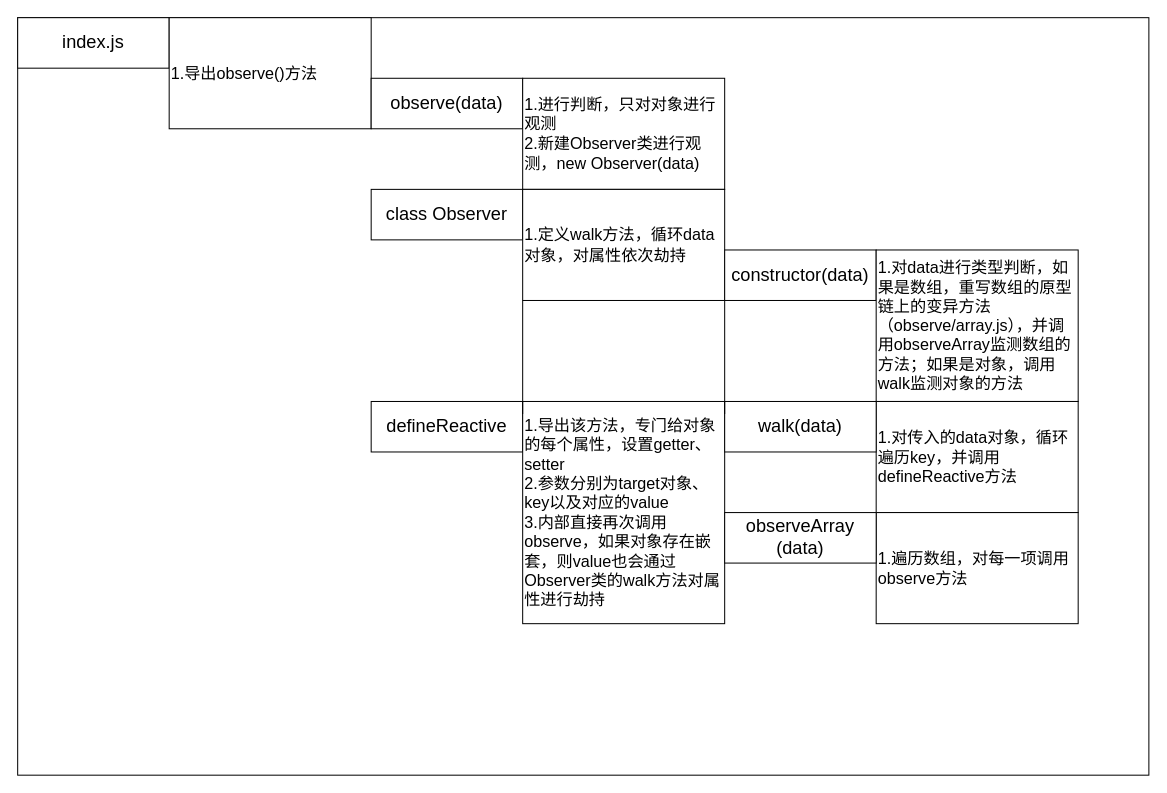
Earlier version of the draw.io diagram page "observe/index.js" (4 of 6) of vue2.drawio (Saiable/drawio). Source tidied: cells renumbered, new cells numbered last; positions are measured from the earlier drawing's top-left corner, leaving out a move shared by most shapes. Both pictures are drawn from the tidied source at 101%, with x=0, y=0 at pixel (17, 17).
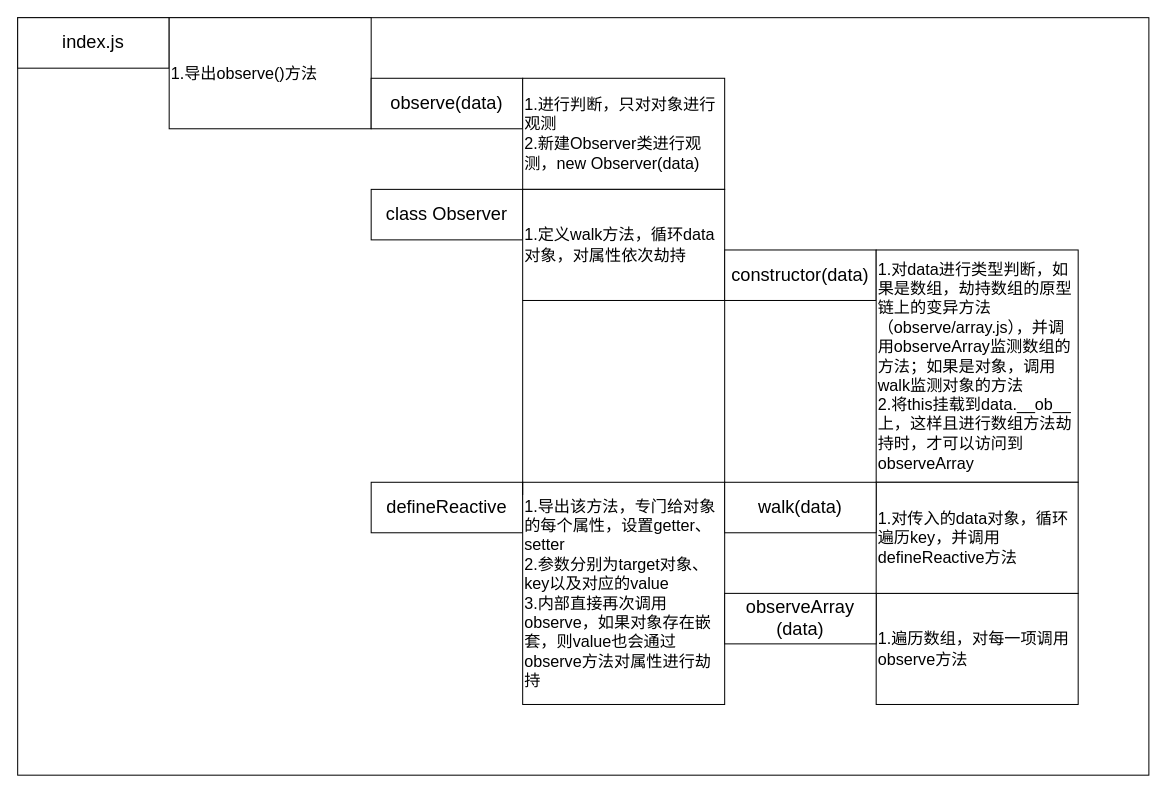
After the change.

Diff of the diagram source:
```diff
@@
     <mxCell id="9" value="&lt;font style=&quot;font-size: 18px;&quot;&gt;defineReactive&lt;/font&gt;" style="rounded=0;whiteSpace=wrap;html=1;strokeColor=default;fontFamily=Helvetica;fontSize=16;fontColor=default;fillColor=default;align=center;" parent="1" vertex="1">
-      <mxGeometry x="350" y="380" width="150" height="50" as="geometry" />
+      <mxGeometry x="350" y="460" width="150" height="50" as="geometry" />
     </mxCell>
-    <mxCell id="10" value="&lt;font style=&quot;border-color: var(--border-color);&quot;&gt;1.导出该方法，专门给对象的每个属性，设置getter、setter&lt;br&gt;2.参数分别为target对象、key以及对应的value&lt;br&gt;3.内部直接再次调用observe，如果对象存在嵌套，则value也会通过Observer类的walk方法对属性进行劫持&lt;br&gt;&lt;/font&gt;" style="rounded=0;whiteSpace=wrap;html=1;strokeColor=default;fontFamily=Helvetica;fontSize=16;fontColor=default;fillColor=default;align=left;" parent="1" vertex="1">
-      <mxGeometry x="500" y="380" width="200" height="220" as="geometry" />
+    <mxCell id="10" value="&lt;font style=&quot;border-color: var(--border-color);&quot;&gt;1.导出该方法，专门给对象的每个属性，设置getter、setter&lt;br&gt;2.参数分别为target对象、key以及对应的value&lt;br&gt;3.内部直接再次调用observe，如果对象存在嵌套，则value也会通过observe方法对属性进行劫持&lt;br&gt;&lt;/font&gt;" style="rounded=0;whiteSpace=wrap;html=1;strokeColor=default;fontFamily=Helvetica;fontSize=16;fontColor=default;fillColor=default;align=left;" parent="1" vertex="1">
+      <mxGeometry x="500" y="460" width="200" height="220" as="geometry" />
     </mxCell>
@@
-    <mxCell id="12" value="&lt;font style=&quot;border-color: var(--border-color);&quot;&gt;1.对data进行类型判断，如果是数组，重写数组的原型链上的变异方法（observe/array.js），并调用observeArray监测数组的方法；如果是对象，调用walk监测对象的方法&lt;br&gt;&lt;/font&gt;" style="rounded=0;whiteSpace=wrap;html=1;strokeColor=default;fontFamily=Helvetica;fontSize=16;fontColor=default;fillColor=default;align=left;" parent="1" vertex="1">
-      <mxGeometry x="850" y="230" width="200" height="150" as="geometry" />
+    <mxCell id="12" value="&lt;font style=&quot;border-color: var(--border-color);&quot;&gt;1.对data进行类型判断，如果是数组，劫持数组的原型链上的变异方法（observe/array.js），并调用observeArray监测数组的方法；如果是对象，调用walk监测对象的方法&lt;br&gt;2.将this挂载到data.__ob__上，这样且进行数组方法劫持时，才可以访问到observeArray&lt;br&gt;&lt;/font&gt;" style="rounded=0;whiteSpace=wrap;html=1;strokeColor=default;fontFamily=Helvetica;fontSize=16;fontColor=default;fillColor=default;align=left;" parent="1" vertex="1">
+      <mxGeometry x="850" y="230" width="200" height="230" as="geometry" />
     </mxCell>
-    <mxCell id="13" value="&lt;font style=&quot;border-color: var(--border-color);&quot;&gt;1.对传入的data对象，循环遍历key，并调用defineReactive方法&lt;br&gt;&lt;/font&gt;" style="rounded=0;whiteSpace=wrap;html=1;strokeColor=default;fontFamily=Helvetica;fontSize=16;fontColor=default;fillColor=default;align=left;" parent="1" vertex="1">
-      <mxGeometry x="850" y="380" width="200" height="110" as="geometry" />
-    </mxCell>
@@
-    <mxCell id="15" value="&lt;font style=&quot;font-size: 18px;&quot;&gt;walk(data)&lt;/font&gt;" style="rounded=0;whiteSpace=wrap;html=1;strokeColor=default;fontFamily=Helvetica;fontSize=16;fontColor=default;fillColor=default;align=center;" parent="1" vertex="1">
-      <mxGeometry x="700" y="380" width="150" height="50" as="geometry" />
-    </mxCell>
     <mxCell id="16" value="&lt;font style=&quot;border-color: var(--border-color);&quot;&gt;1.遍历数组，对每一项调用observe方法&lt;br&gt;&lt;/font&gt;" style="rounded=0;whiteSpace=wrap;html=1;strokeColor=default;fontFamily=Helvetica;fontSize=16;fontColor=default;fillColor=default;align=left;" parent="1" vertex="1">
-      <mxGeometry x="850" y="490" width="200" height="110" as="geometry" />
+      <mxGeometry x="850" y="570" width="200" height="110" as="geometry" />
     </mxCell>
     <mxCell id="17" value="&lt;font style=&quot;font-size: 18px;&quot;&gt;observeArray&lt;br&gt;(data)&lt;/font&gt;" style="rounded=0;whiteSpace=wrap;html=1;strokeColor=default;fontFamily=Helvetica;fontSize=16;fontColor=default;fillColor=default;align=center;" parent="1" vertex="1">
-      <mxGeometry x="700" y="490" width="150" height="50" as="geometry" />
+      <mxGeometry x="700" y="570" width="150" height="50" as="geometry" />
     </mxCell>
-    <mxCell id="18" style="endArrow=none;html=1;rounded=0;fontFamily=Helvetica;fontSize=18;fontColor=default;exitX=1;exitY=0.25;exitDx=0;exitDy=0;" parent="1" edge="1">
+    <mxCell id="18" style="endArrow=none;html=1;rounded=0;fontFamily=Helvetica;fontSize=18;fontColor=default;exitX=1;exitY=0;exitDx=0;exitDy=0;" parent="1" edge="1" source="10">
       <mxGeometry relative="1" as="geometry">
-        <mxPoint x="700" y="392.5" as="sourcePoint" />
         <mxPoint x="700" y="280" as="targetPoint" />
       </mxGeometry>
     </mxCell>
+    <mxCell id="13" value="&lt;font style=&quot;border-color: var(--border-color);&quot;&gt;1.对传入的data对象，循环遍历key，并调用defineReactive方法&lt;br&gt;&lt;/font&gt;" style="rounded=0;whiteSpace=wrap;html=1;strokeColor=default;fontFamily=Helvetica;fontSize=16;fontColor=default;fillColor=default;align=left;" parent="1" vertex="1">
+      <mxGeometry x="850" y="460" width="200" height="110" as="geometry" />
+    </mxCell>
+    <mxCell id="15" value="&lt;font style=&quot;font-size: 18px;&quot;&gt;walk(data)&lt;/font&gt;" style="rounded=0;whiteSpace=wrap;html=1;strokeColor=default;fontFamily=Helvetica;fontSize=16;fontColor=default;fillColor=default;align=center;" parent="1" vertex="1">
+      <mxGeometry x="700" y="460" width="150" height="50" as="geometry" />
+    </mxCell>
```
